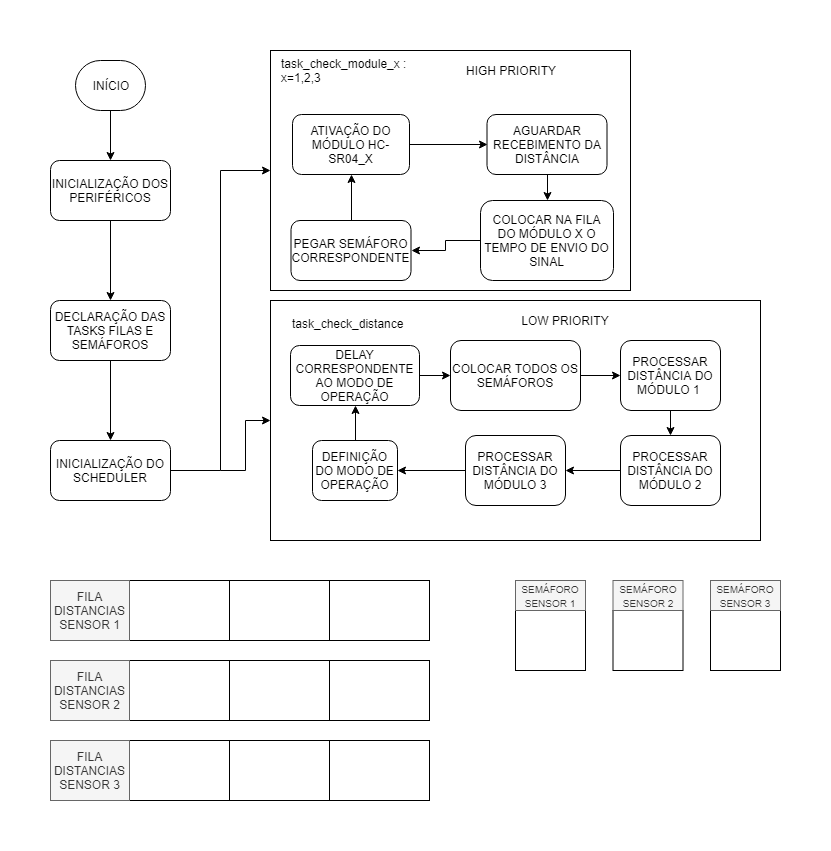
The draw.io diagram resources/Flowchart.png in microcontroladores2019/OSMAR, before a commit. Source tidied: cells renumbered, new cells last; positions are measured from the earlier drawing's top-left corner, leaving out a move shared by most shapes.
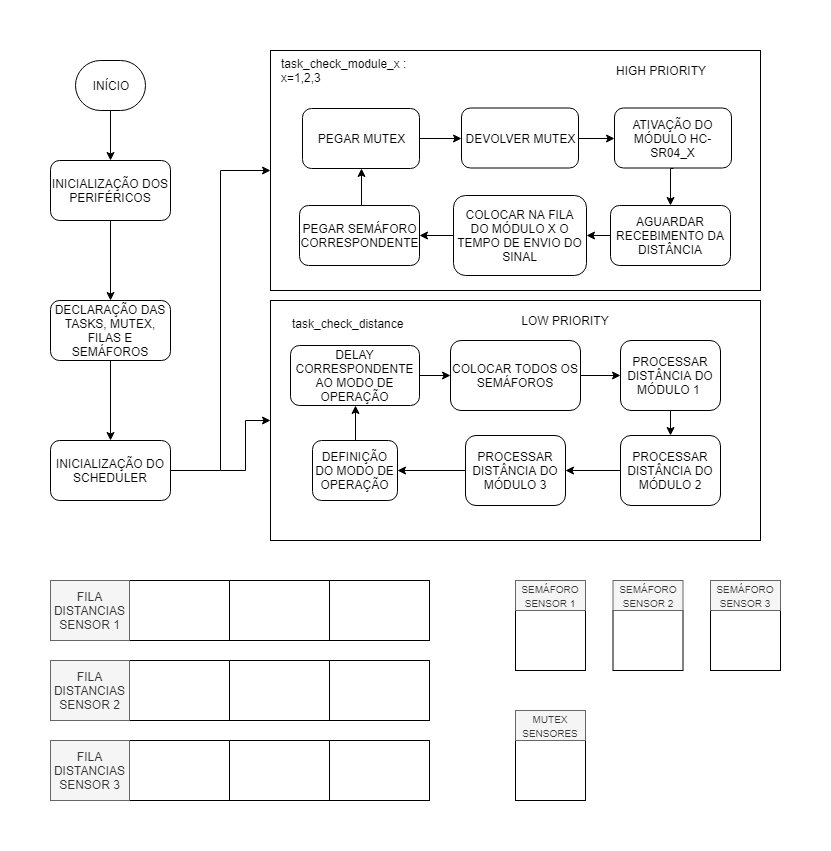
Above is the later version.

Diff of the diagram source:
```diff
@@ -17,7 +17,7 @@
     <mxCell id="6" style="edgeStyle=orthogonalEdgeStyle;rounded=0;jettySize=auto;html=1;startArrow=none;startFill=0;endArrow=classic;endFill=1;strokeColor=#000000;fillColor=#FF0000;" parent="1" edge="1" source="7" target="9">
       <mxGeometry relative="1" as="geometry" />
     </mxCell>
-    <mxCell id="7" value="DECLARAÇÃO DAS TASKS FILAS E SEMÁFOROS" style="rounded=1;whiteSpace=wrap;html=1;" parent="1" vertex="1">
+    <mxCell id="7" value="DECLARAÇÃO DAS TASKS, MUTEX, FILAS E SEMÁFOROS" style="rounded=1;whiteSpace=wrap;html=1;" parent="1" vertex="1">
       <mxGeometry y="250" width="120" height="60" as="geometry" />
     </mxCell>
     <mxCell id="8" style="edgeStyle=orthogonalEdgeStyle;rounded=0;jettySize=auto;html=1;exitX=1;exitY=0.5;exitDx=0;exitDy=0;entryX=0;entryY=0.5;entryDx=0;entryDy=0;strokeColor=#000000;" parent="1" edge="1" source="9" target="10">
@@ -27,7 +27,7 @@
       <mxGeometry y="390" width="120" height="60" as="geometry" />
     </mxCell>
     <mxCell id="10" value="&lt;div style=&quot;text-align: left&quot;&gt;&lt;br&gt;&lt;/div&gt;&lt;div style=&quot;text-align: left&quot;&gt;&lt;/div&gt;" style="rounded=0;whiteSpace=wrap;html=1;fillColor=none;" parent="1" vertex="1">
-      <mxGeometry x="220" width="360" height="240" as="geometry" />
+      <mxGeometry x="220" width="490" height="240" as="geometry" />
     </mxCell>
     <mxCell id="11" style="edgeStyle=orthogonalEdgeStyle;rounded=0;jettySize=auto;html=1;exitX=0;exitY=0.5;exitDx=0;exitDy=0;strokeColor=#000000;endArrow=none;endFill=0;startArrow=classic;startFill=1;" parent="1" edge="1" source="12">
       <mxGeometry relative="1" as="geometry">
@@ -37,23 +37,23 @@
     <mxCell id="12" style="rounded=0;whiteSpace=wrap;html=1;fillColor=none;" parent="1" vertex="1">
       <mxGeometry x="220" y="250" width="490" height="240" as="geometry" />
     </mxCell>
-    <mxCell id="13" style="edgeStyle=orthogonalEdgeStyle;rounded=0;jettySize=auto;html=1;exitX=1;exitY=0.5;exitDx=0;exitDy=0;entryX=0;entryY=0.5;entryDx=0;entryDy=0;strokeColor=#000000;" parent="1" edge="1" source="14" target="27">
+    <mxCell id="13" style="edgeStyle=orthogonalEdgeStyle;rounded=0;jettySize=auto;html=1;exitX=0.5;exitY=1;exitDx=0;exitDy=0;entryX=0.5;entryY=0;entryDx=0;entryDy=0;" parent="1" edge="1" source="14" target="27">
       <mxGeometry relative="1" as="geometry" />
     </mxCell>
     <mxCell id="14" value="ATIVAÇÃO DO MÓDULO HC-SR04_X" style="rounded=1;whiteSpace=wrap;html=1;fillColor=none;" parent="1" vertex="1">
-      <mxGeometry x="242" y="64" width="117" height="60" as="geometry" />
+      <mxGeometry x="564" y="57.5" width="117" height="60" as="geometry" />
     </mxCell>
-    <mxCell id="15" style="edgeStyle=orthogonalEdgeStyle;rounded=0;jettySize=auto;html=1;exitX=0;exitY=0.5;exitDx=0;exitDy=0;entryX=1;entryY=0.5;entryDx=0;entryDy=0;strokeColor=#000000;" parent="1" edge="1" source="16" target="18">
+    <mxCell id="15" style="edgeStyle=orthogonalEdgeStyle;rounded=0;jettySize=auto;html=1;exitX=0;exitY=0.5;exitDx=0;exitDy=0;entryX=1;entryY=0.5;entryDx=0;entryDy=0;" parent="1" edge="1" source="16" target="18">
       <mxGeometry relative="1" as="geometry" />
     </mxCell>
     <mxCell id="16" value="COLOCAR NA FILA DO MÓDULO X O TEMPO DE ENVIO DO SINAL" style="rounded=1;whiteSpace=wrap;html=1;fillColor=none;" parent="1" vertex="1">
-      <mxGeometry x="430" y="150" width="133" height="80" as="geometry" />
+      <mxGeometry x="403" y="145" width="133" height="80" as="geometry" />
     </mxCell>
-    <mxCell id="17" style="edgeStyle=orthogonalEdgeStyle;rounded=0;jettySize=auto;html=1;exitX=0.5;exitY=0;exitDx=0;exitDy=0;entryX=0.5;entryY=1;entryDx=0;entryDy=0;strokeColor=#000000;" parent="1" edge="1" source="18" target="14">
-      <mxGeometry relative="1" as="geometry" />
-    </mxCell>
+    <mxCell id="55" style="edgeStyle=orthogonalEdgeStyle;rounded=0;jettySize=auto;html=1;exitX=0.5;exitY=0;exitDx=0;exitDy=0;entryX=0.5;entryY=1;entryDx=0;entryDy=0;" parent="1" edge="1" source="18" target="59">
+      <mxGeometry relative="1" as="geometry" />
+    </mxCell>
     <mxCell id="18" value="PEGAR SEMÁFORO CORRESPONDENTE" style="rounded=1;whiteSpace=wrap;html=1;fillColor=none;" parent="1" vertex="1">
-      <mxGeometry x="240.5" y="170" width="120" height="60" as="geometry" />
+      <mxGeometry x="249" y="155" width="120" height="60" as="geometry" />
     </mxCell>
     <mxCell id="19" value="task_check_module_x : x=1,2,3" style="text;html=1;strokeColor=none;fillColor=none;align=left;verticalAlign=middle;whiteSpace=wrap;rounded=0;" parent="1" vertex="1">
       <mxGeometry x="229" y="10" width="130" height="20" as="geometry" />
@@ -76,11 +76,11 @@
     <mxCell id="25" value="DEFINIÇÃO DO MODO DE OPERAÇÃO" style="rounded=1;whiteSpace=wrap;html=1;fillColor=none;" parent="1" vertex="1">
       <mxGeometry x="262" y="390" width="85" height="60" as="geometry" />
     </mxCell>
-    <mxCell id="26" style="edgeStyle=orthogonalEdgeStyle;rounded=0;jettySize=auto;html=1;exitX=0.5;exitY=1;exitDx=0;exitDy=0;entryX=0.5;entryY=0;entryDx=0;entryDy=0;strokeColor=#000000;" parent="1" edge="1" source="27" target="16">
+    <mxCell id="26" style="edgeStyle=orthogonalEdgeStyle;rounded=0;jettySize=auto;html=1;exitX=0;exitY=0.5;exitDx=0;exitDy=0;entryX=1;entryY=0.5;entryDx=0;entryDy=0;" parent="1" edge="1" source="27" target="16">
       <mxGeometry relative="1" as="geometry" />
     </mxCell>
     <mxCell id="27" value="AGUARDAR RECEBIMENTO DA DISTÂNCIA" style="rounded=1;whiteSpace=wrap;html=1;fillColor=none;" parent="1" vertex="1">
-      <mxGeometry x="436.5" y="64" width="120" height="60" as="geometry" />
+      <mxGeometry x="560" y="155" width="120" height="60" as="geometry" />
     </mxCell>
     <mxCell id="28" style="edgeStyle=orthogonalEdgeStyle;rounded=0;jettySize=auto;html=1;exitX=0.5;exitY=1;exitDx=0;exitDy=0;entryX=0.5;entryY=0;entryDx=0;entryDy=0;strokeColor=#000000;" parent="1" edge="1" source="29" target="31">
       <mxGeometry relative="1" as="geometry" />
@@ -104,7 +104,7 @@
       <mxGeometry x="240" y="260" width="190" height="30" as="geometry" />
     </mxCell>
     <mxCell id="35" value="HIGH PRIORITY" style="text;html=1;strokeColor=none;fillColor=none;align=center;verticalAlign=middle;whiteSpace=wrap;rounded=0;" parent="1" vertex="1">
-      <mxGeometry x="400" y="10" width="120" height="20" as="geometry" />
+      <mxGeometry x="550" y="10" width="120" height="20" as="geometry" />
     </mxCell>
     <mxCell id="36" value="LOW PRIORITY" style="text;html=1;strokeColor=none;fillColor=none;align=center;verticalAlign=middle;whiteSpace=wrap;rounded=0;" parent="1" vertex="1">
       <mxGeometry x="455" y="260" width="120" height="20" as="geometry" />
@@ -163,5 +163,23 @@
     <mxCell id="54" value="&lt;font style=&quot;font-size: 10px&quot;&gt;SEMÁFORO SENSOR 2&lt;/font&gt;" style="rounded=0;whiteSpace=wrap;html=1;fillColor=#f5f5f5;align=center;strokeColor=#666666;fontColor=#333333;" parent="1" vertex="1">
       <mxGeometry x="562.5" y="530" width="70" height="30" as="geometry" />
     </mxCell>
+    <mxCell id="56" style="rounded=0;whiteSpace=wrap;html=1;fillColor=none;align=center;" parent="1" vertex="1">
+      <mxGeometry x="465" y="690" width="70" height="60" as="geometry" />
+    </mxCell>
+    <mxCell id="57" value="&lt;font style=&quot;font-size: 10px&quot;&gt;MUTEX SENSORES&lt;/font&gt;" style="rounded=0;whiteSpace=wrap;html=1;fillColor=#f5f5f5;align=center;strokeColor=#666666;fontColor=#333333;" parent="1" vertex="1">
+      <mxGeometry x="465" y="660" width="70" height="30" as="geometry" />
+    </mxCell>
+    <mxCell id="58" style="edgeStyle=orthogonalEdgeStyle;rounded=0;jettySize=auto;html=1;exitX=1;exitY=0.5;exitDx=0;exitDy=0;entryX=0;entryY=0.5;entryDx=0;entryDy=0;" parent="1" edge="1" source="59" target="61">
+      <mxGeometry relative="1" as="geometry" />
+    </mxCell>
+    <mxCell id="59" value="PEGAR MUTEX" style="rounded=1;whiteSpace=wrap;html=1;fillColor=none;" parent="1" vertex="1">
+      <mxGeometry x="252" y="58" width="117" height="60" as="geometry" />
+    </mxCell>
+    <mxCell id="60" style="edgeStyle=orthogonalEdgeStyle;rounded=0;jettySize=auto;html=1;exitX=1;exitY=0.5;exitDx=0;exitDy=0;entryX=0;entryY=0.5;entryDx=0;entryDy=0;" parent="1" edge="1" source="61" target="14">
+      <mxGeometry relative="1" as="geometry" />
+    </mxCell>
+    <mxCell id="61" value="DEVOLVER MUTEX" style="rounded=1;whiteSpace=wrap;html=1;fillColor=none;" parent="1" vertex="1">
+      <mxGeometry x="411" y="57.5" width="117" height="60" as="geometry" />
+    </mxCell>
   </root>
 </mxGraphModel>
```
